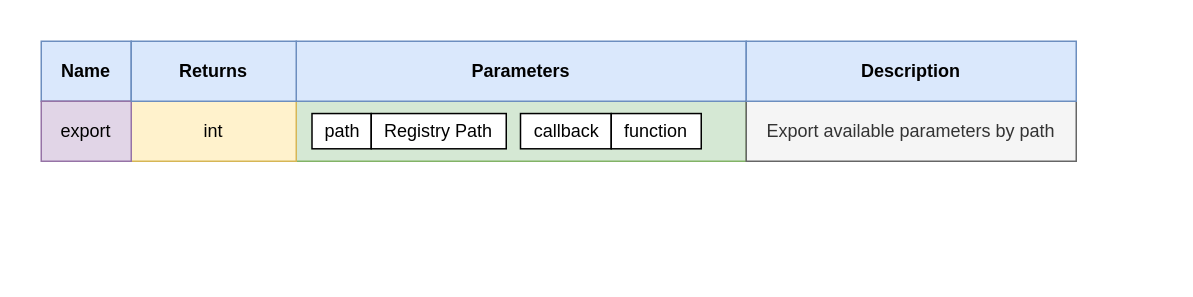
The draw.io diagram doc/drawio/api/api_structure_export.drawio in LasseRosenow/riot-runtime-config, before the edit. Source tidied: cells renumbered, new cells numbered last; positions are measured from the earlier drawing's top-left corner, leaving out a move shared by most shapes. Both pictures are drawn from the tidied source at 150%, with x=0, y=0 at pixel (26, 26).
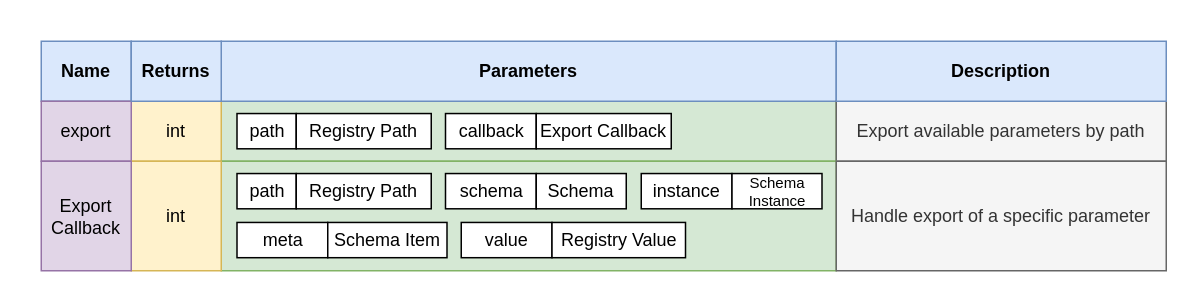
The same page after the edit.

What changed in the source:
```diff
@@
     <mxCell id="3" style="rounded=0;whiteSpace=wrap;html=1;fillColor=#d5e8d4;strokeColor=#82b366;" parent="1" vertex="1">
-      <mxGeometry x="180" y="50" width="300" height="40" as="geometry" />
+      <mxGeometry x="130" y="50" width="410" height="40" as="geometry" />
     </mxCell>
@@
     <mxCell id="5" value="int" style="rounded=0;whiteSpace=wrap;html=1;fillColor=#fff2cc;strokeColor=#d6b656;" parent="1" vertex="1">
-      <mxGeometry x="70" y="50" width="110" height="40" as="geometry" />
+      <mxGeometry x="70" y="50" width="60" height="40" as="geometry" />
     </mxCell>
@@
     <mxCell id="7" value="path" style="rounded=0;whiteSpace=wrap;html=1;" parent="1" vertex="1">
-      <mxGeometry x="190.5" y="58.2" width="39.5" height="23.5" as="geometry" />
+      <mxGeometry x="140.5" y="58.2" width="39.5" height="23.5" as="geometry" />
     </mxCell>
     <mxCell id="8" value="Registry Path" style="rounded=0;whiteSpace=wrap;html=1;" parent="1" vertex="1">
-      <mxGeometry x="230" y="58.2" width="90" height="23.5" as="geometry" />
+      <mxGeometry x="180" y="58.2" width="90" height="23.5" as="geometry" />
     </mxCell>
     <mxCell id="9" value="callback" style="rounded=0;whiteSpace=wrap;html=1;" parent="1" vertex="1">
-      <mxGeometry x="329.5" y="58.2" width="60.5" height="23.5" as="geometry" />
+      <mxGeometry x="279.5" y="58.2" width="60.5" height="23.5" as="geometry" />
     </mxCell>
-    <mxCell id="10" value="function" style="rounded=0;whiteSpace=wrap;html=1;" parent="1" vertex="1">
-      <mxGeometry x="390" y="58.2" width="60" height="23.5" as="geometry" />
+    <mxCell id="10" value="Export Callback" style="rounded=0;whiteSpace=wrap;html=1;" parent="1" vertex="1">
+      <mxGeometry x="340" y="58.2" width="90" height="23.5" as="geometry" />
     </mxCell>
     <mxCell id="11" value="&lt;b&gt;Parameters&lt;/b&gt;" style="rounded=0;whiteSpace=wrap;html=1;align=center;fillColor=#dae8fc;strokeColor=#6c8ebf;" parent="1" vertex="1">
-      <mxGeometry x="180" y="10" width="300" height="40" as="geometry" />
+      <mxGeometry x="130" y="10" width="410" height="40" as="geometry" />
     </mxCell>
     <mxCell id="12" value="&lt;b&gt;Returns&lt;/b&gt;" style="rounded=0;whiteSpace=wrap;html=1;align=center;fillColor=#dae8fc;strokeColor=#6c8ebf;" parent="1" vertex="1">
-      <mxGeometry x="70" y="10" width="110" height="40" as="geometry" />
+      <mxGeometry x="70" y="10" width="60" height="40" as="geometry" />
     </mxCell>
     <mxCell id="13" value="Export available parameters by path" style="rounded=0;whiteSpace=wrap;html=1;fillColor=#f5f5f5;strokeColor=#666666;fontColor=#333333;" parent="1" vertex="1">
-      <mxGeometry x="480" y="50" width="220" height="40" as="geometry" />
+      <mxGeometry x="540" y="50" width="220" height="40" as="geometry" />
     </mxCell>
     <mxCell id="14" value="&lt;b&gt;Description&lt;/b&gt;" style="rounded=0;whiteSpace=wrap;html=1;align=center;fillColor=#dae8fc;strokeColor=#6c8ebf;" parent="1" vertex="1">
-      <mxGeometry x="480" y="10" width="220" height="40" as="geometry" />
+      <mxGeometry x="540" y="10" width="220" height="40" as="geometry" />
     </mxCell>
+    <mxCell id="15" style="rounded=0;whiteSpace=wrap;html=1;fillColor=#d5e8d4;strokeColor=#82b366;" parent="1" vertex="1">
+      <mxGeometry x="130" y="90" width="410" height="73" as="geometry" />
+    </mxCell>
+    <mxCell id="16" value="int" style="rounded=0;whiteSpace=wrap;html=1;fillColor=#fff2cc;strokeColor=#d6b656;" parent="1" vertex="1">
+      <mxGeometry x="70" y="90" width="60" height="73" as="geometry" />
+    </mxCell>
+    <mxCell id="17" value="Export Callback" style="rounded=0;whiteSpace=wrap;html=1;fillColor=#e1d5e7;strokeColor=#9673a6;" parent="1" vertex="1">
+      <mxGeometry x="10" y="90" width="60" height="73" as="geometry" />
+    </mxCell>
+    <mxCell id="18" value="path" style="rounded=0;whiteSpace=wrap;html=1;" parent="1" vertex="1">
+      <mxGeometry x="140.5" y="98.2" width="39.5" height="23.5" as="geometry" />
+    </mxCell>
+    <mxCell id="19" value="Registry Path" style="rounded=0;whiteSpace=wrap;html=1;" parent="1" vertex="1">
+      <mxGeometry x="180" y="98.2" width="90" height="23.5" as="geometry" />
+    </mxCell>
+    <mxCell id="20" value="schema" style="rounded=0;whiteSpace=wrap;html=1;" parent="1" vertex="1">
+      <mxGeometry x="279.5" y="98.2" width="60.5" height="23.5" as="geometry" />
+    </mxCell>
+    <mxCell id="21" value="Schema" style="rounded=0;whiteSpace=wrap;html=1;" parent="1" vertex="1">
+      <mxGeometry x="340" y="98.2" width="60" height="23.5" as="geometry" />
+    </mxCell>
+    <mxCell id="22" value="Handle export of a specific parameter" style="rounded=0;whiteSpace=wrap;html=1;fillColor=#f5f5f5;strokeColor=#666666;fontColor=#333333;" parent="1" vertex="1">
+      <mxGeometry x="540" y="90" width="220" height="73" as="geometry" />
+    </mxCell>
+    <mxCell id="23" value="instance" style="rounded=0;whiteSpace=wrap;html=1;" parent="1" vertex="1">
+      <mxGeometry x="410" y="98.2" width="60.5" height="23.5" as="geometry" />
+    </mxCell>
+    <mxCell id="24" value="&lt;font style=&quot;font-size: 10px; line-height: 0.8;&quot;&gt;Schema Instance&lt;/font&gt;" style="rounded=0;whiteSpace=wrap;html=1;fontSize=10;" parent="1" vertex="1">
+      <mxGeometry x="470.5" y="98.2" width="60" height="23.5" as="geometry" />
+    </mxCell>
+    <mxCell id="25" value="value" style="rounded=0;whiteSpace=wrap;html=1;" parent="1" vertex="1">
+      <mxGeometry x="290" y="130.8" width="60.5" height="23.5" as="geometry" />
+    </mxCell>
+    <mxCell id="26" value="Registry Value" style="rounded=0;whiteSpace=wrap;html=1;fontSize=12;" parent="1" vertex="1">
+      <mxGeometry x="350.5" y="130.8" width="89" height="23.5" as="geometry" />
+    </mxCell>
+    <mxCell id="27" value="meta" style="rounded=0;whiteSpace=wrap;html=1;" parent="1" vertex="1">
+      <mxGeometry x="140.5" y="130.8" width="60.5" height="23.5" as="geometry" />
+    </mxCell>
+    <mxCell id="28" value="Schema Item" style="rounded=0;whiteSpace=wrap;html=1;fontSize=12;" parent="1" vertex="1">
+      <mxGeometry x="201" y="130.8" width="79.5" height="23.5" as="geometry" />
+    </mxCell>
```
